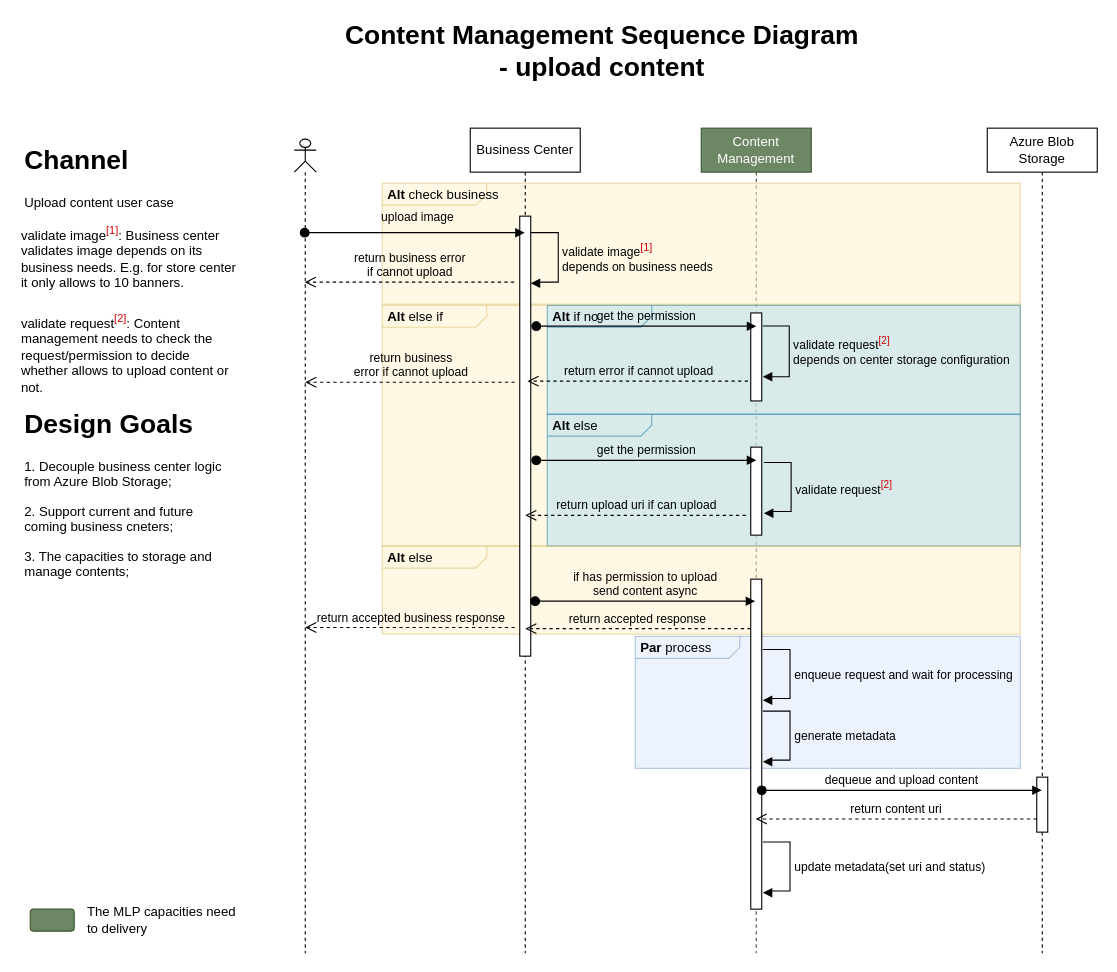
The draw.io diagram page "Uploading User Case" (1 of 2) of Mid Layer Platform Content Business Flow.drawio in sotheair/designs, before the edit. Source tidied: cells renumbered, new cells numbered last; positions are measured from the earlier drawing's top-left corner, leaving out a move shared by most shapes. Both pictures are drawn from the tidied source at 110%, with x=0, y=0 at pixel (19, 40).
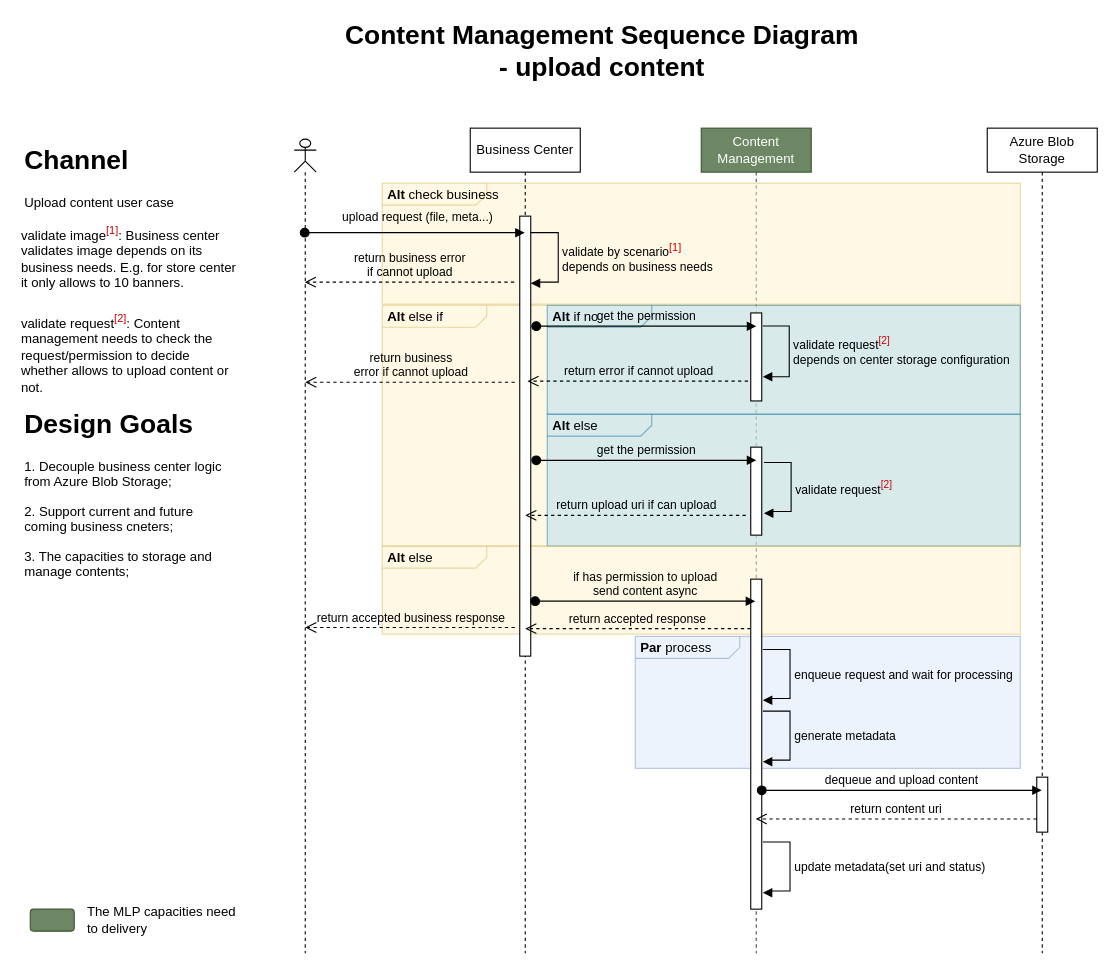
The same page after the edit.

The edit, as a diff of the source:
```diff
@@
-    <mxCell id="17" value="upload image" style="html=1;verticalAlign=bottom;startArrow=oval;startFill=1;endArrow=block;startSize=8;labelBackgroundColor=none;" parent="1" edge="1">
+    <mxCell id="17" value="upload request (file, meta...)" style="html=1;verticalAlign=bottom;startArrow=oval;startFill=1;endArrow=block;startSize=8;labelBackgroundColor=none;" parent="1" edge="1">
       <mxGeometry x="0.01" y="5" relative="1" as="geometry">
         <mxPoint x="259.5" y="175" as="sourcePoint" />
         <mxPoint x="459.5" y="175" as="targetPoint" />
         <Array as="points">
           <mxPoint x="350" y="175" />
         </Array>
         <mxPoint x="1" as="offset" />
       </mxGeometry>
     </mxCell>
@@
-    <mxCell id="19" value="validate image&lt;sup&gt;&lt;font color=&quot;#cc0000&quot; style=&quot;font-size: 10px&quot;&gt;[1]&lt;/font&gt;&lt;/sup&gt;&amp;nbsp;&lt;br&gt;depends on business needs&amp;nbsp;" style="edgeStyle=orthogonalEdgeStyle;html=1;align=left;spacingLeft=2;endArrow=block;rounded=0;labelBackgroundColor=none;" parent="1" edge="1">
+    <mxCell id="19" value="validate by scenario&lt;sup&gt;&lt;font color=&quot;#cc0000&quot; style=&quot;font-size: 10px&quot;&gt;[1]&lt;/font&gt;&lt;/sup&gt;&amp;nbsp;&lt;br&gt;depends on business needs&amp;nbsp;" style="edgeStyle=orthogonalEdgeStyle;html=1;align=left;spacingLeft=2;endArrow=block;rounded=0;labelBackgroundColor=none;" parent="1" edge="1">
       <mxGeometry relative="1" as="geometry">
         <mxPoint x="465" y="175" as="sourcePoint" />
         <mxPoint x="465" y="221" as="targetPoint" />
         <Array as="points">
           <mxPoint x="490" y="175" />
           <mxPoint x="490" y="220" />
           <mxPoint x="470" y="220" />
           <mxPoint x="470" y="221" />
         </Array>
       </mxGeometry>
     </mxCell>
```
